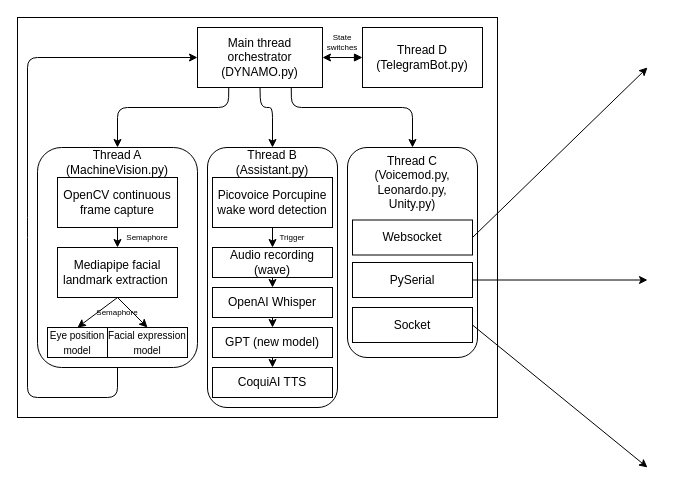
Earlier version of the draw.io diagram Software.drawio (MekhyW/DYNAMO-Electronic_Fursuit-2.0). Source tidied: cells renumbered, new cells numbered last; positions are measured from the earlier drawing's top-left corner, leaving out a move shared by most shapes. Both pictures are drawn from the tidied source at 100%, with x=0, y=0 at pixel (17, 17).
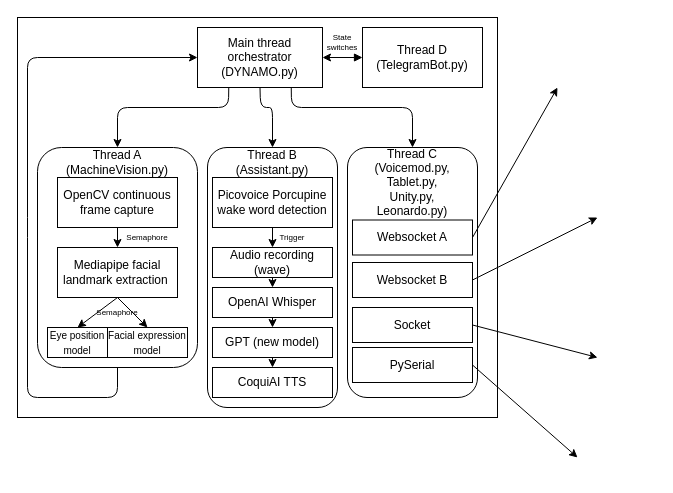
The same diagram, later.

Unchanged cells that the change refers to:
```xml
<mxCell id="41" value="Socket" style="rounded=0;whiteSpace=wrap;html=1;fontSize=12;" parent="1" vertex="1">
  <mxGeometry x="335" y="290" width="120" height="35" as="geometry" />
</mxCell>
```

What changed in the source:
```diff
@@
     <mxCell id="34" style="rounded=1;whiteSpace=wrap;html=1;fontSize=12;" parent="1" vertex="1">
-      <mxGeometry x="330" y="130" width="130" height="210" as="geometry" />
+      <mxGeometry x="330" y="130" width="130" height="250" as="geometry" />
     </mxCell>
-    <mxCell id="35" value="Thread C (Voicemod.py, Leonardo.py, Unity.py)" style="text;html=1;strokeColor=none;fillColor=none;align=center;verticalAlign=middle;whiteSpace=wrap;rounded=0;fontSize=12;" parent="1" vertex="1">
+    <mxCell id="35" value="Thread C (Voicemod.py, Tablet.py, Unity.py, Leonardo.py)" style="text;html=1;strokeColor=none;fillColor=none;align=center;verticalAlign=middle;whiteSpace=wrap;rounded=0;fontSize=12;" parent="1" vertex="1">
       <mxGeometry x="365" y="150" width="60" height="30" as="geometry" />
     </mxCell>
     <mxCell id="36" style="edgeStyle=none;html=1;exitX=1;exitY=0.5;exitDx=0;exitDy=0;" parent="1" edge="1" source="37">
       <mxGeometry relative="1" as="geometry">
-        <mxPoint x="630" y="50" as="targetPoint" />
+        <mxPoint x="540" y="70" as="targetPoint" />
       </mxGeometry>
     </mxCell>
-    <mxCell id="37" value="Websocket" style="rounded=0;whiteSpace=wrap;html=1;fontSize=12;" parent="1" vertex="1">
+    <mxCell id="37" value="Websocket A" style="rounded=0;whiteSpace=wrap;html=1;fontSize=12;" parent="1" vertex="1">
       <mxGeometry x="335" y="202.5" width="120" height="35" as="geometry" />
     </mxCell>
     <mxCell id="38" style="edgeStyle=none;html=1;exitX=1;exitY=0.5;exitDx=0;exitDy=0;" parent="1" edge="1" source="39">
       <mxGeometry relative="1" as="geometry">
-        <mxPoint x="630" y="262.5" as="targetPoint" />
+        <mxPoint x="580" y="200" as="targetPoint" />
       </mxGeometry>
     </mxCell>
-    <mxCell id="39" value="PySerial" style="rounded=0;whiteSpace=wrap;html=1;fontSize=12;" parent="1" vertex="1">
+    <mxCell id="39" value="Websocket B" style="rounded=0;whiteSpace=wrap;html=1;fontSize=12;" parent="1" vertex="1">
       <mxGeometry x="335" y="245" width="120" height="35" as="geometry" />
     </mxCell>
     <mxCell id="40" style="edgeStyle=none;html=1;exitX=1;exitY=0.5;exitDx=0;exitDy=0;" parent="1" edge="1" source="41">
       <mxGeometry relative="1" as="geometry">
-        <mxPoint x="630" y="450" as="targetPoint" />
+        <mxPoint x="580" y="340" as="targetPoint" />
       </mxGeometry>
     </mxCell>
@@
+    <mxCell id="42" style="edgeStyle=none;html=1;exitX=1;exitY=0.5;exitDx=0;exitDy=0;" parent="1" edge="1" source="43">
+      <mxGeometry relative="1" as="geometry">
+        <mxPoint x="560" y="440" as="targetPoint" />
+      </mxGeometry>
+    </mxCell>
+    <mxCell id="43" value="PySerial" style="rounded=0;whiteSpace=wrap;html=1;fontSize=12;" parent="1" vertex="1">
+      <mxGeometry x="335" y="330" width="120" height="35" as="geometry" />
+    </mxCell>
```
